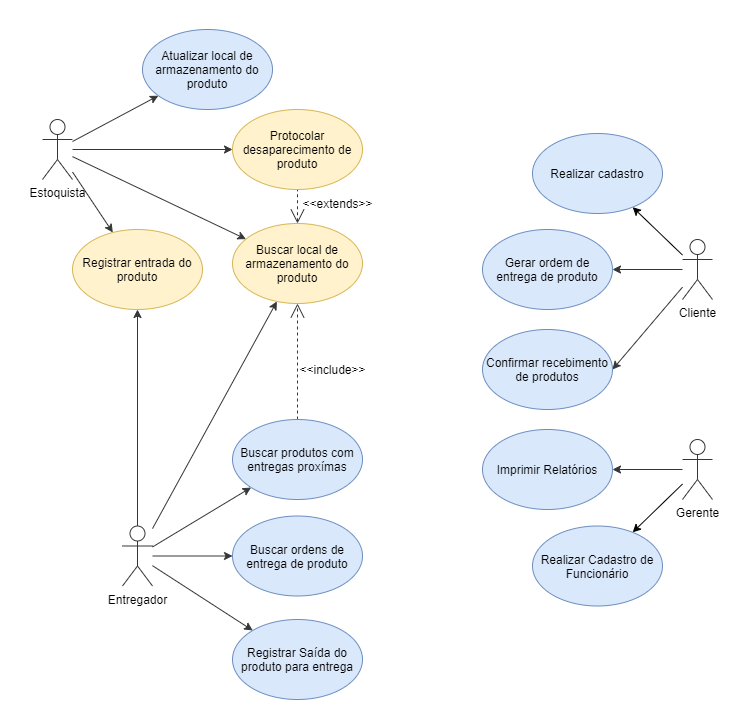
PedroHenriqueFonsecaMelo/EngenhariaFinal_T2 keeps this draw.io diagram as Requisitos/casos_uso.png. Above is the earlier version. Source tidied: cells renumbered, new cells last; positions are measured from the earlier drawing's top-left corner, leaving out a move shared by most shapes.
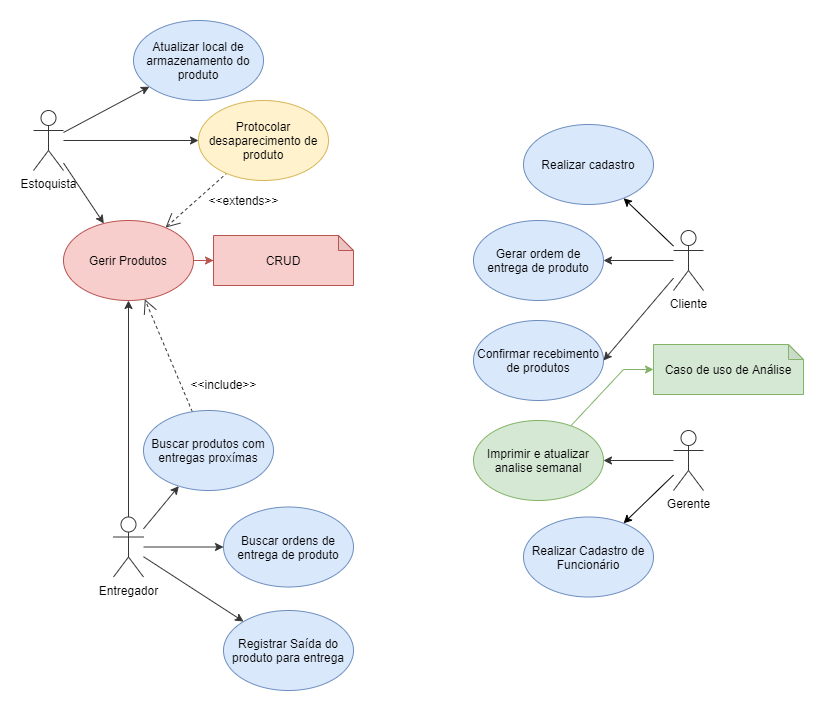
After the change.

Commit message:
Adicionado casos de CRUD e Analise

The edit, as a diff of the source:
```diff
@@ -2,107 +2,114 @@
   <root>
     <mxCell id="0" />
     <mxCell id="1" parent="0" />
-    <mxCell id="2" style="rounded=0;jettySize=auto;html=1;strokeColor=#363636;" parent="1" edge="1" source="6" target="29">
+    <mxCell id="2" style="rounded=0;jettySize=auto;html=1;strokeColor=#363636;" parent="1" edge="1" source="5" target="28">
       <mxGeometry relative="1" as="geometry" />
     </mxCell>
-    <mxCell id="3" style="rounded=0;jettySize=auto;html=1;strokeColor=#363636;" parent="1" edge="1" source="6" target="7">
+    <mxCell id="3" style="rounded=0;jettySize=auto;html=1;strokeColor=#363636;" parent="1" edge="1" source="5" target="6">
       <mxGeometry relative="1" as="geometry" />
     </mxCell>
-    <mxCell id="4" style="rounded=0;jettySize=auto;html=1;strokeColor=#363636;" parent="1" edge="1" source="6" target="20">
+    <mxCell id="4" style="rounded=0;jettySize=auto;html=1;strokeColor=#363636;" parent="1" edge="1" source="5" target="25">
       <mxGeometry relative="1" as="geometry" />
     </mxCell>
-    <mxCell id="5" style="rounded=0;jettySize=auto;html=1;strokeColor=#363636;" parent="1" edge="1" source="6" target="27">
-      <mxGeometry relative="1" as="geometry" />
+    <mxCell id="5" value="Estoquista" style="shape=umlActor;verticalLabelPosition=bottom;verticalAlign=top;html=1;outlineConnect=0;strokeColor=#363636;" parent="1" vertex="1">
+      <mxGeometry y="90" width="30" height="60" as="geometry" />
     </mxCell>
-    <mxCell id="6" value="Estoquista" style="shape=umlActor;verticalLabelPosition=bottom;verticalAlign=top;html=1;outlineConnect=0;strokeColor=#363636;" parent="1" vertex="1">
-      <mxGeometry y="90" width="30" height="60" as="geometry" />
+    <mxCell id="6" value="Atualizar local de armazenamento do produto" style="ellipse;whiteSpace=wrap;html=1;strokeColor=#6c8ebf;fillColor=#dae8fc;" parent="1" vertex="1">
+      <mxGeometry x="100" width="130" height="80" as="geometry" />
     </mxCell>
-    <mxCell id="7" value="Atualizar local de armazenamento do produto" style="ellipse;whiteSpace=wrap;html=1;strokeColor=#6c8ebf;fillColor=#dae8fc;" parent="1" vertex="1">
-      <mxGeometry x="100" width="130" height="80" as="geometry" />
+    <mxCell id="7" style="rounded=0;jettySize=auto;html=1;strokeColor=#363636;" parent="1" edge="1" source="11" target="12">
+      <mxGeometry relative="1" as="geometry" />
     </mxCell>
-    <mxCell id="8" style="rounded=0;jettySize=auto;html=1;strokeColor=#363636;" parent="1" edge="1" source="13" target="14">
+    <mxCell id="8" style="edgeStyle=none;rounded=0;jettySize=auto;html=1;startArrow=none;startFill=0;endArrow=classic;endFill=1;startSize=12;endSize=6;strokeColor=#363636;strokeWidth=1;" parent="1" edge="1" source="11" target="28">
       <mxGeometry relative="1" as="geometry" />
     </mxCell>
-    <mxCell id="9" style="rounded=0;jettySize=auto;html=1;strokeColor=#363636;" parent="1" edge="1" source="13" target="20">
+    <mxCell id="9" style="edgeStyle=none;rounded=0;jettySize=auto;html=1;startArrow=none;startFill=0;endArrow=classic;endFill=1;startSize=12;endSize=6;strokeColor=#363636;strokeWidth=1;" parent="1" edge="1" source="11" target="29">
       <mxGeometry relative="1" as="geometry" />
     </mxCell>
-    <mxCell id="10" style="edgeStyle=none;rounded=0;jettySize=auto;html=1;startArrow=none;startFill=0;endArrow=classic;endFill=1;startSize=12;endSize=6;strokeColor=#363636;strokeWidth=1;" parent="1" edge="1" source="13" target="29">
+    <mxCell id="10" style="edgeStyle=none;rounded=0;jettySize=auto;html=1;startArrow=none;startFill=0;endArrow=classic;endFill=1;startSize=12;endSize=6;strokeColor=#363636;strokeWidth=1;" parent="1" edge="1" source="11" target="31">
       <mxGeometry relative="1" as="geometry" />
     </mxCell>
-    <mxCell id="11" style="edgeStyle=none;rounded=0;jettySize=auto;html=1;startArrow=none;startFill=0;endArrow=classic;endFill=1;startSize=12;endSize=6;strokeColor=#363636;strokeWidth=1;" parent="1" edge="1" source="13" target="30">
-      <mxGeometry relative="1" as="geometry" />
+    <mxCell id="11" value="Entregador" style="shape=umlActor;verticalLabelPosition=bottom;verticalAlign=top;html=1;outlineConnect=0;strokeColor=#363636;" parent="1" vertex="1">
+      <mxGeometry x="80" y="496.5" width="30" height="60" as="geometry" />
     </mxCell>
-    <mxCell id="12" style="edgeStyle=none;rounded=0;jettySize=auto;html=1;startArrow=none;startFill=0;endArrow=classic;endFill=1;startSize=12;endSize=6;strokeColor=#363636;strokeWidth=1;" parent="1" edge="1" source="13" target="32">
-      <mxGeometry relative="1" as="geometry" />
+    <mxCell id="12" value="Registrar Saída do produto para entrega" style="ellipse;whiteSpace=wrap;html=1;strokeColor=#6c8ebf;fillColor=#dae8fc;" parent="1" vertex="1">
+      <mxGeometry x="190" y="590" width="130" height="80" as="geometry" />
     </mxCell>
-    <mxCell id="13" value="Entregador" style="shape=umlActor;verticalLabelPosition=bottom;verticalAlign=top;html=1;outlineConnect=0;strokeColor=#363636;" parent="1" vertex="1">
-      <mxGeometry x="80" y="496.5" width="30" height="60" as="geometry" />
+    <mxCell id="13" style="edgeStyle=none;rounded=0;jettySize=auto;html=1;strokeColor=#363636;" parent="1" edge="1" source="15" target="17">
+      <mxGeometry relative="1" as="geometry" />
     </mxCell>
-    <mxCell id="14" value="Registrar Saída do produto para entrega" style="ellipse;whiteSpace=wrap;html=1;strokeColor=#6c8ebf;fillColor=#dae8fc;" parent="1" vertex="1">
-      <mxGeometry x="190" y="590" width="130" height="80" as="geometry" />
+    <mxCell id="14" style="edgeStyle=none;rounded=0;jettySize=auto;html=1;" parent="1" edge="1" source="15" target="34">
+      <mxGeometry relative="1" as="geometry" />
     </mxCell>
-    <mxCell id="15" style="edgeStyle=none;rounded=0;jettySize=auto;html=1;strokeColor=#363636;" parent="1" edge="1" source="17" target="18">
-      <mxGeometry relative="1" as="geometry" />
+    <mxCell id="15" value="Gerente" style="shape=umlActor;verticalLabelPosition=bottom;verticalAlign=top;html=1;outlineConnect=0;strokeColor=#363636;" parent="1" vertex="1">
+      <mxGeometry x="640" y="410" width="30" height="60" as="geometry" />
     </mxCell>
-    <mxCell id="16" style="edgeStyle=none;rounded=0;jettySize=auto;html=1;" parent="1" edge="1" source="17" target="35">
-      <mxGeometry relative="1" as="geometry" />
+    <mxCell id="16" style="rounded=0;jettySize=auto;html=1;fillColor=#d5e8d4;strokeColor=#82b366;" parent="1" edge="1" source="17" target="36">
+      <mxGeometry relative="1" as="geometry">
+        <Array as="points">
+          <mxPoint x="590" y="349" />
+        </Array>
+      </mxGeometry>
     </mxCell>
-    <mxCell id="17" value="Gerente" style="shape=umlActor;verticalLabelPosition=bottom;verticalAlign=top;html=1;outlineConnect=0;strokeColor=#363636;" parent="1" vertex="1">
-      <mxGeometry x="640" y="410" width="30" height="60" as="geometry" />
+    <mxCell id="17" value="Imprimir e atualizar analise semanal" style="ellipse;whiteSpace=wrap;html=1;strokeColor=#82b366;fillColor=#d5e8d4;" parent="1" vertex="1">
+      <mxGeometry x="440" y="400" width="130" height="80" as="geometry" />
     </mxCell>
-    <mxCell id="18" value="Imprimir Relatórios" style="ellipse;whiteSpace=wrap;html=1;strokeColor=#6c8ebf;fillColor=#dae8fc;" parent="1" vertex="1">
-      <mxGeometry x="440" y="400" width="130" height="80" as="geometry" />
+    <mxCell id="18" style="rounded=0;jettySize=auto;html=1;strokeColor=#363636;endArrow=none;endFill=0;startArrow=open;startFill=0;strokeWidth=1;endSize=6;startSize=12;dashed=1;" parent="1" edge="1" source="28" target="25">
+      <mxGeometry relative="1" as="geometry" />
     </mxCell>
-    <mxCell id="19" style="rounded=0;jettySize=auto;html=1;strokeColor=#363636;endArrow=none;endFill=0;startArrow=open;startFill=0;strokeWidth=1;endSize=6;startSize=12;dashed=1;" parent="1" edge="1" source="20" target="27">
+    <mxCell id="19" style="edgeStyle=none;rounded=0;jettySize=auto;html=1;strokeColor=#363636;" parent="1" edge="1" source="22" target="23">
       <mxGeometry relative="1" as="geometry" />
     </mxCell>
-    <mxCell id="20" value="Buscar local de armazenamento do produto" style="ellipse;whiteSpace=wrap;html=1;strokeColor=#d6b656;fillColor=#fff2cc;" parent="1" vertex="1">
-      <mxGeometry x="190" y="194" width="130" height="80" as="geometry" />
+    <mxCell id="20" style="rounded=0;jettySize=auto;html=1;entryX=1;entryY=0.5;entryDx=0;entryDy=0;strokeColor=#363636;" parent="1" edge="1" source="22" target="24">
+      <mxGeometry relative="1" as="geometry" />
     </mxCell>
-    <mxCell id="21" style="edgeStyle=none;rounded=0;jettySize=auto;html=1;strokeColor=#363636;" parent="1" edge="1" source="24" target="25">
+    <mxCell id="21" style="rounded=0;jettySize=auto;html=1;" parent="1" edge="1" source="22" target="33">
       <mxGeometry relative="1" as="geometry" />
     </mxCell>
-    <mxCell id="22" style="rounded=0;jettySize=auto;html=1;entryX=1;entryY=0.5;entryDx=0;entryDy=0;strokeColor=#363636;" parent="1" edge="1" source="24" target="26">
-      <mxGeometry relative="1" as="geometry" />
+    <mxCell id="22" value="Cliente" style="shape=umlActor;verticalLabelPosition=bottom;verticalAlign=top;html=1;outlineConnect=0;strokeColor=#363636;" parent="1" vertex="1">
+      <mxGeometry x="640" y="210" width="30" height="60" as="geometry" />
     </mxCell>
-    <mxCell id="23" style="rounded=0;jettySize=auto;html=1;" parent="1" edge="1" source="24" target="34">
-      <mxGeometry relative="1" as="geometry" />
+    <mxCell id="23" value="Gerar ordem de entrega de produto" style="ellipse;whiteSpace=wrap;html=1;strokeColor=#6c8ebf;fillColor=#dae8fc;" parent="1" vertex="1">
+      <mxGeometry x="440" y="200" width="130" height="80" as="geometry" />
     </mxCell>
-    <mxCell id="24" value="Cliente" style="shape=umlActor;verticalLabelPosition=bottom;verticalAlign=top;html=1;outlineConnect=0;strokeColor=#363636;" parent="1" vertex="1">
-      <mxGeometry x="640" y="210" width="30" height="60" as="geometry" />
+    <mxCell id="24" value="Confirmar recebimento de produtos" style="ellipse;whiteSpace=wrap;html=1;strokeColor=#6c8ebf;fillColor=#dae8fc;" parent="1" vertex="1">
+      <mxGeometry x="440" y="300" width="130" height="80" as="geometry" />
     </mxCell>
-    <mxCell id="25" value="Gerar ordem de entrega de produto" style="ellipse;whiteSpace=wrap;html=1;strokeColor=#6c8ebf;fillColor=#dae8fc;" parent="1" vertex="1">
-      <mxGeometry x="440" y="200" width="130" height="80" as="geometry" />
+    <mxCell id="25" value="Protocolar desaparecimento de produto" style="ellipse;whiteSpace=wrap;html=1;strokeColor=#d6b656;fillColor=#fff2cc;" parent="1" vertex="1">
+      <mxGeometry x="165" y="80" width="130" height="80" as="geometry" />
     </mxCell>
-    <mxCell id="26" value="Confirmar recebimento de produtos" style="ellipse;whiteSpace=wrap;html=1;strokeColor=#6c8ebf;fillColor=#dae8fc;" parent="1" vertex="1">
-      <mxGeometry x="440" y="300" width="130" height="80" as="geometry" />
+    <mxCell id="26" value="&amp;lt;&amp;lt;extends&amp;gt;&amp;gt;" style="text;html=1;align=center;verticalAlign=middle;points=[];strokeColor=none;" parent="1" vertex="1">
+      <mxGeometry x="165" y="170" width="90" height="20" as="geometry" />
     </mxCell>
-    <mxCell id="27" value="Protocolar desaparecimento de produto" style="ellipse;whiteSpace=wrap;html=1;strokeColor=#d6b656;fillColor=#fff2cc;" parent="1" vertex="1">
-      <mxGeometry x="190" y="80" width="130" height="80" as="geometry" />
+    <mxCell id="27" style="edgeStyle=orthogonalEdgeStyle;rounded=0;jettySize=auto;html=1;fillColor=#f8cecc;strokeColor=#b85450;" parent="1" edge="1" source="28" target="35">
+      <mxGeometry relative="1" as="geometry" />
     </mxCell>
-    <mxCell id="28" value="&amp;lt;&amp;lt;extends&amp;gt;&amp;gt;" style="text;html=1;align=center;verticalAlign=middle;points=[];strokeColor=none;" parent="1" vertex="1">
-      <mxGeometry x="250" y="164" width="90" height="20" as="geometry" />
+    <mxCell id="28" value="Gerir Produtos" style="ellipse;whiteSpace=wrap;html=1;strokeColor=#b85450;fillColor=#f8cecc;" parent="1" vertex="1">
+      <mxGeometry x="30" y="200" width="130" height="80" as="geometry" />
     </mxCell>
-    <mxCell id="29" value="Registrar entrada do produto" style="ellipse;whiteSpace=wrap;html=1;strokeColor=#d6b656;fillColor=#fff2cc;" parent="1" vertex="1">
-      <mxGeometry x="30" y="200" width="130" height="80" as="geometry" />
+    <mxCell id="29" value="Buscar ordens de entrega de produto" style="ellipse;whiteSpace=wrap;html=1;strokeColor=#6c8ebf;fillColor=#dae8fc;" parent="1" vertex="1">
+      <mxGeometry x="190" y="486.5" width="130" height="80" as="geometry" />
     </mxCell>
-    <mxCell id="30" value="Buscar ordens de entrega de produto" style="ellipse;whiteSpace=wrap;html=1;strokeColor=#6c8ebf;fillColor=#dae8fc;" parent="1" vertex="1">
-      <mxGeometry x="190" y="486.5" width="130" height="80" as="geometry" />
+    <mxCell id="30" style="edgeStyle=none;rounded=0;jettySize=auto;html=1;startArrow=none;startFill=0;endArrow=open;endFill=0;startSize=12;endSize=12;strokeColor=#363636;strokeWidth=1;dashed=1;" parent="1" edge="1" source="31" target="28">
+      <mxGeometry relative="1" as="geometry" />
     </mxCell>
-    <mxCell id="31" style="edgeStyle=none;rounded=0;jettySize=auto;html=1;startArrow=none;startFill=0;endArrow=open;endFill=0;startSize=12;endSize=12;strokeColor=#363636;strokeWidth=1;dashed=1;" parent="1" edge="1" source="32" target="20">
-      <mxGeometry relative="1" as="geometry" />
+    <mxCell id="31" value="Buscar produtos com entregas proxímas" style="ellipse;whiteSpace=wrap;html=1;strokeColor=#6c8ebf;fillColor=#dae8fc;" parent="1" vertex="1">
+      <mxGeometry x="110" y="390" width="130" height="80" as="geometry" />
     </mxCell>
-    <mxCell id="32" value="Buscar produtos com entregas proxímas" style="ellipse;whiteSpace=wrap;html=1;strokeColor=#6c8ebf;fillColor=#dae8fc;" parent="1" vertex="1">
-      <mxGeometry x="190" y="390" width="130" height="80" as="geometry" />
+    <mxCell id="32" value="&amp;lt;&amp;lt;include&amp;gt;&amp;gt;" style="text;html=1;align=center;verticalAlign=middle;points=[];strokeColor=none;" parent="1" vertex="1">
+      <mxGeometry x="150" y="354" width="80" height="20" as="geometry" />
     </mxCell>
-    <mxCell id="33" value="&amp;lt;&amp;lt;include&amp;gt;&amp;gt;" style="text;html=1;align=center;verticalAlign=middle;points=[];strokeColor=none;" parent="1" vertex="1">
-      <mxGeometry x="250" y="330" width="80" height="20" as="geometry" />
+    <mxCell id="33" value="Realizar cadastro" style="ellipse;whiteSpace=wrap;html=1;strokeColor=#6c8ebf;fillColor=#dae8fc;" parent="1" vertex="1">
+      <mxGeometry x="490" y="104" width="130" height="80" as="geometry" />
     </mxCell>
-    <mxCell id="34" value="Realizar cadastro" style="ellipse;whiteSpace=wrap;html=1;strokeColor=#6c8ebf;fillColor=#dae8fc;" parent="1" vertex="1">
-      <mxGeometry x="490" y="104" width="130" height="80" as="geometry" />
+    <mxCell id="34" value="Realizar Cadastro de Funcionário" style="ellipse;whiteSpace=wrap;html=1;strokeColor=#6c8ebf;fillColor=#dae8fc;" parent="1" vertex="1">
+      <mxGeometry x="490" y="496.5" width="130" height="80" as="geometry" />
     </mxCell>
-    <mxCell id="35" value="Realizar Cadastro de Funcionário" style="ellipse;whiteSpace=wrap;html=1;strokeColor=#6c8ebf;fillColor=#dae8fc;" parent="1" vertex="1">
-      <mxGeometry x="490" y="496.5" width="130" height="80" as="geometry" />
+    <mxCell id="35" value="CRUD" style="shape=note;whiteSpace=wrap;html=1;backgroundOutline=1;darkOpacity=0.05;size=15;fillColor=#f8cecc;strokeColor=#b85450;" parent="1" vertex="1">
+      <mxGeometry x="180" y="215" width="140" height="50" as="geometry" />
     </mxCell>
+    <mxCell id="36" value="Caso de uso de Análise" style="shape=note;whiteSpace=wrap;html=1;backgroundOutline=1;darkOpacity=0.05;size=15;fillColor=#d5e8d4;strokeColor=#82b366;" parent="1" vertex="1">
+      <mxGeometry x="620" y="324" width="150" height="50" as="geometry" />
+    </mxCell>
   </root>
 </mxGraphModel>
```
